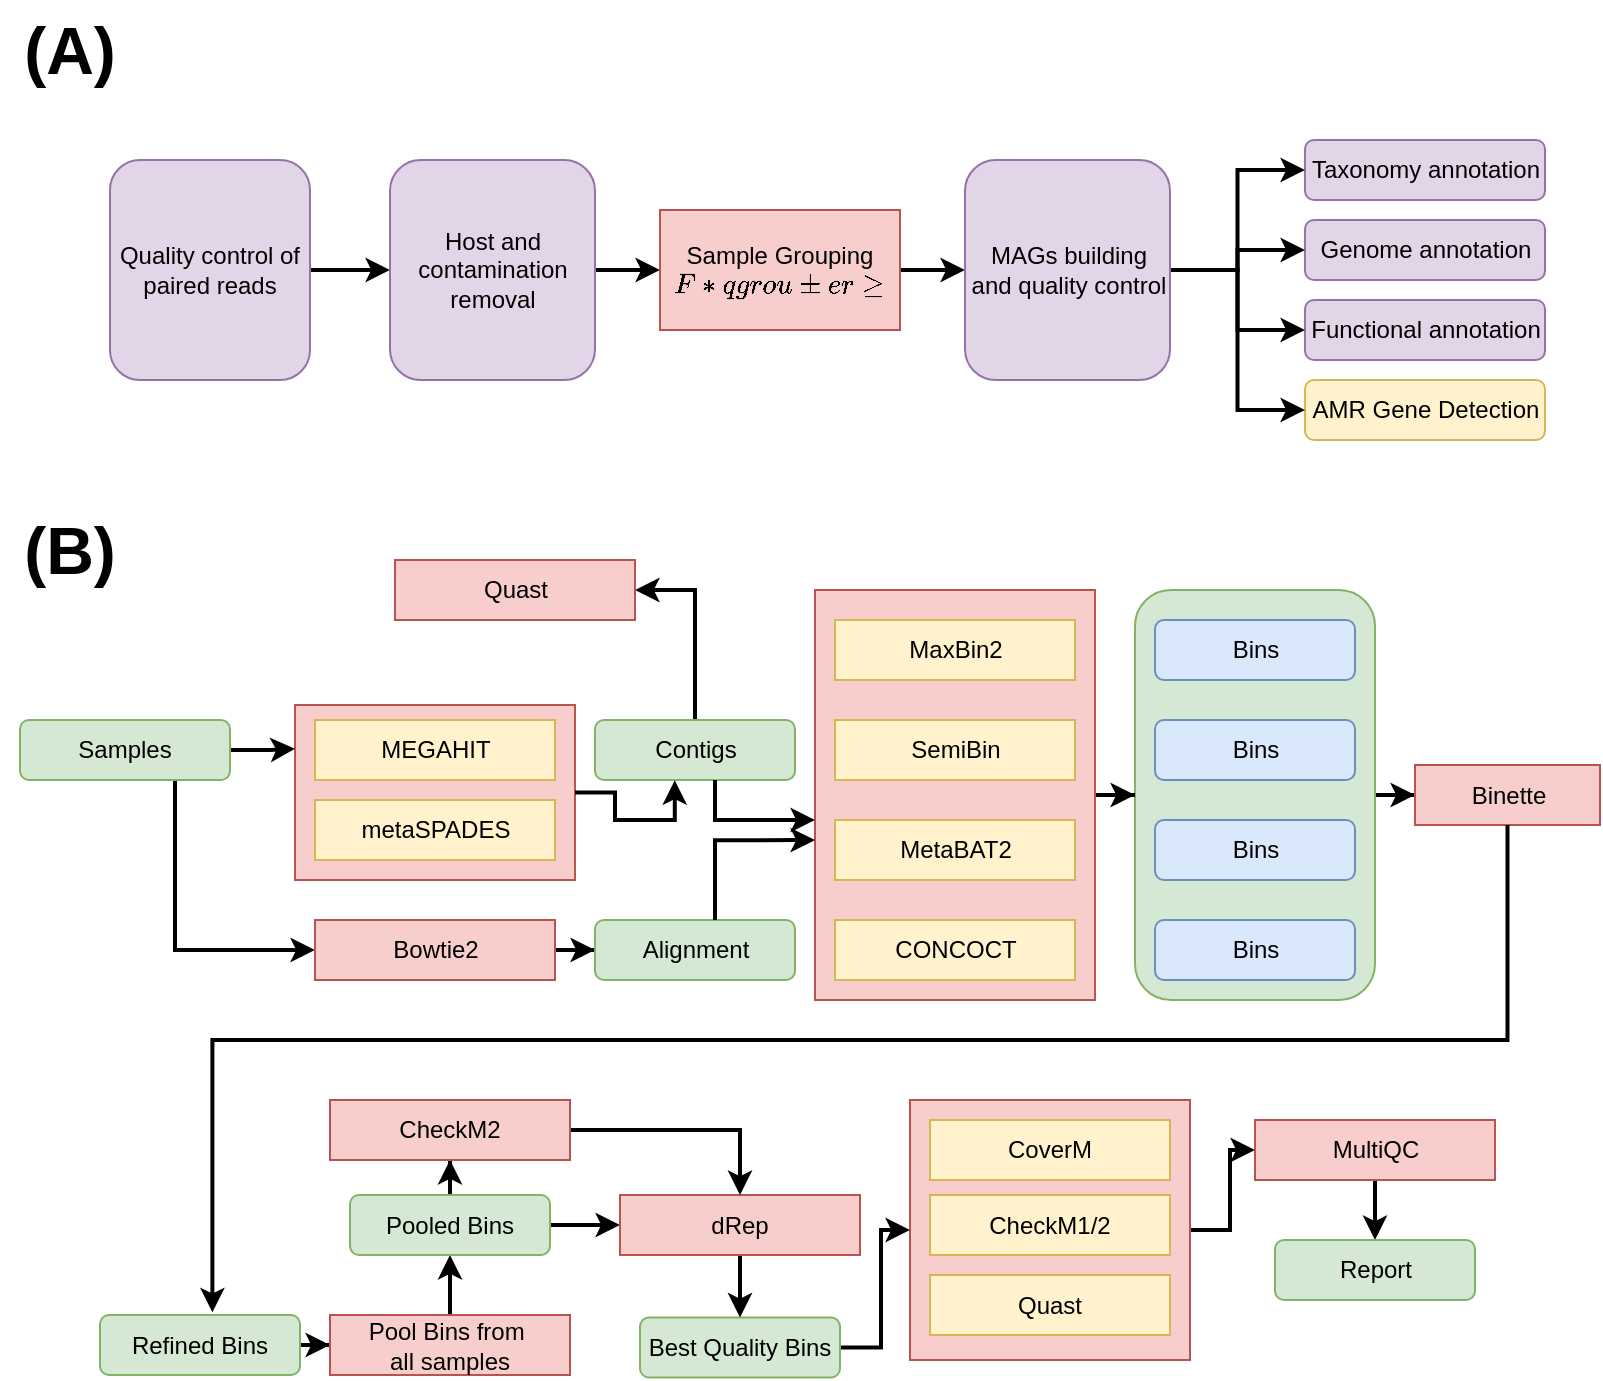
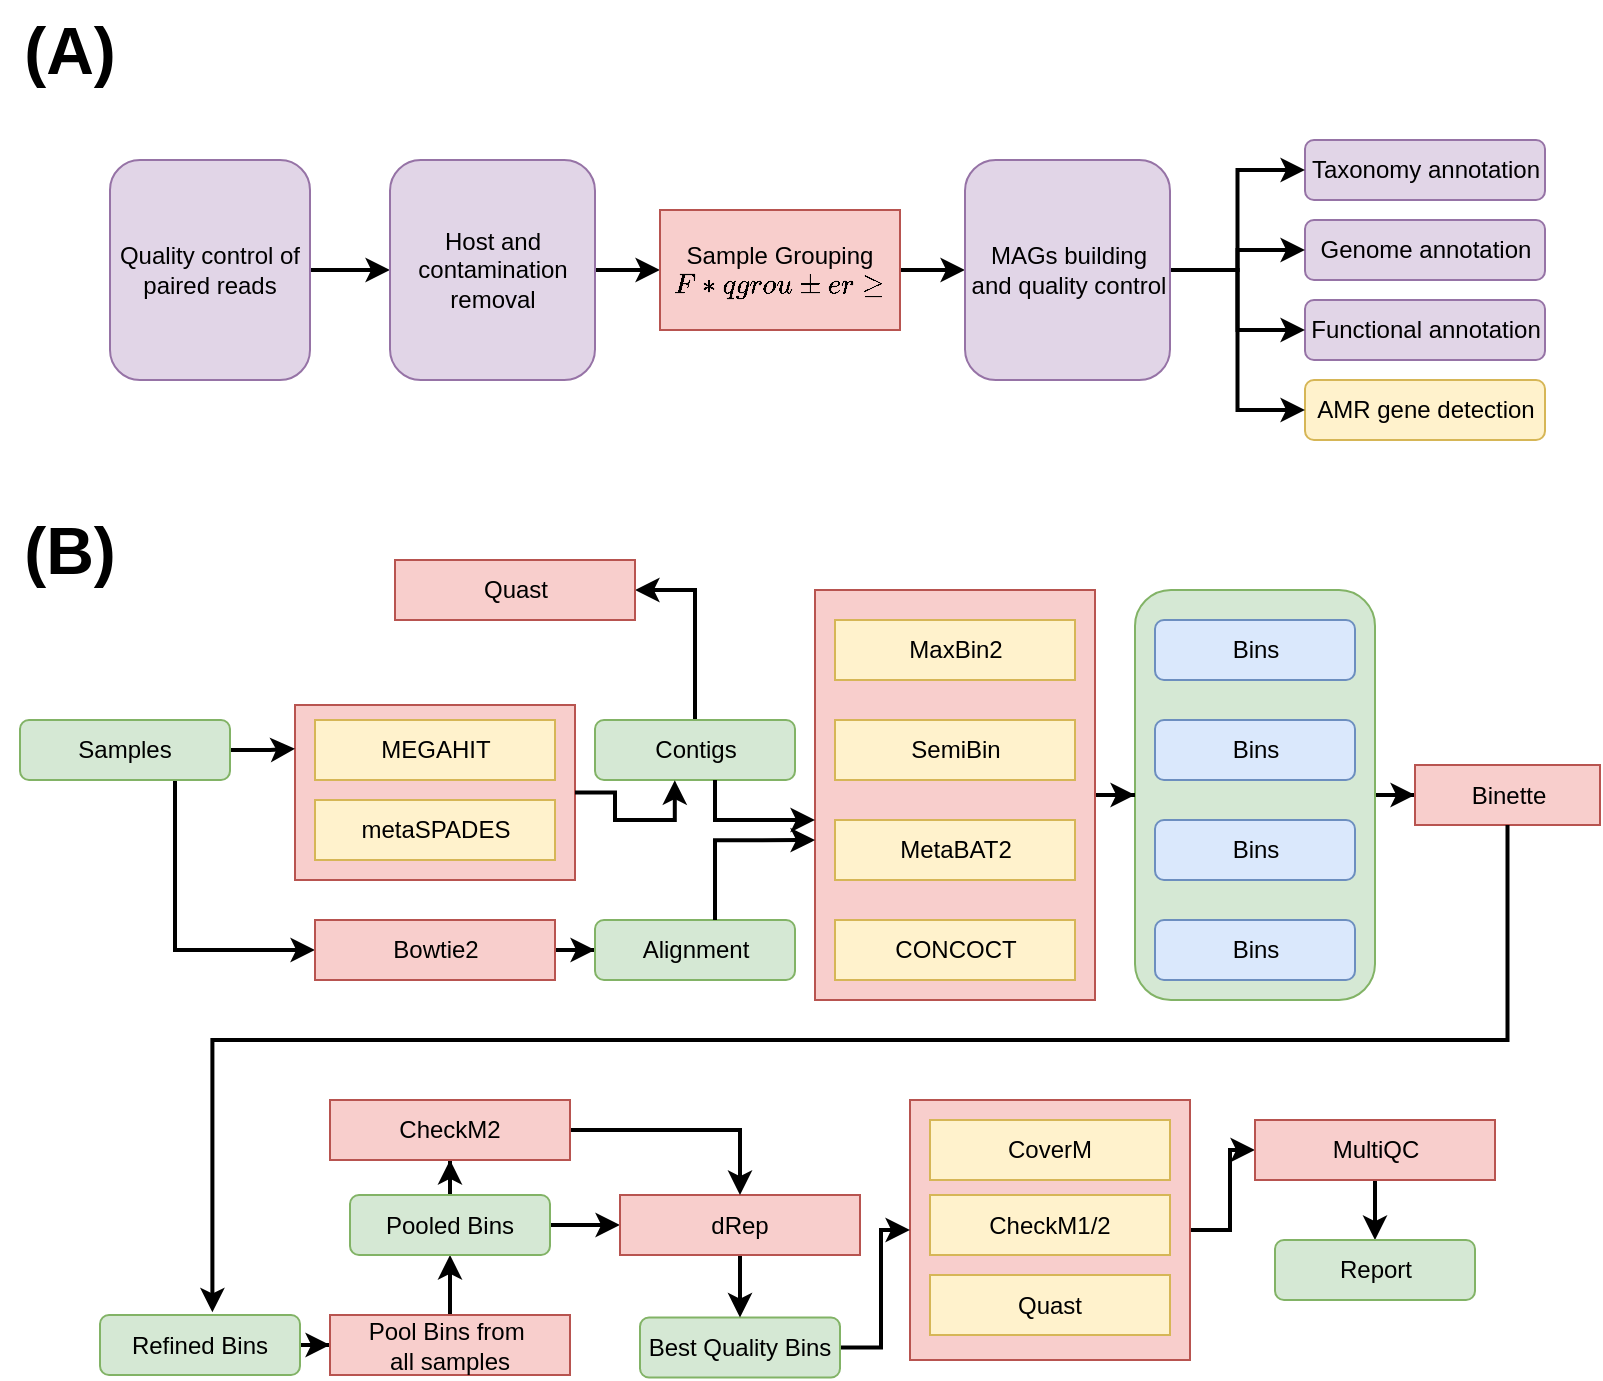
<mxfile host="app.diagrams.net" agent="Mozilla/5.0 (X11; Linux x86_64) AppleWebKit/537.36 (KHTML, like Gecko) Chrome/145.0.0.0 Safari/537.36" version="29.6.4">
  <diagram name="Page-1" id="OXx0mrphuP4tM-t9iBNC">
    <mxGraphModel dx="1133" dy="733" grid="1" gridSize="10" guides="1" tooltips="1" connect="1" arrows="1" fold="1" page="1" pageScale="1" pageWidth="827" pageHeight="1169" math="0" shadow="0">
      <root>
        <mxCell id="0" />
        <mxCell id="1" parent="0" />
        <mxCell id="AoyrjoGFgOjHUxMBYxMh-1" parent="1" style="rounded=0;whiteSpace=wrap;html=1;fillColor=#f8cecc;strokeColor=#b85450;" value="" vertex="1">
          <mxGeometry height="87.5" width="140" x="147.5" y="352.5" as="geometry" />
        </mxCell>
        <mxCell id="AoyrjoGFgOjHUxMBYxMh-2" edge="1" parent="1" source="AoyrjoGFgOjHUxMBYxMh-3" style="edgeStyle=orthogonalEdgeStyle;rounded=0;orthogonalLoop=1;jettySize=auto;html=1;strokeWidth=2;" target="AoyrjoGFgOjHUxMBYxMh-44">
          <mxGeometry relative="1" as="geometry" />
        </mxCell>
        <mxCell id="AoyrjoGFgOjHUxMBYxMh-3" parent="1" style="rounded=0;whiteSpace=wrap;html=1;fillColor=#f8cecc;strokeColor=#b85450;" value="" vertex="1">
          <mxGeometry height="130" width="140" x="455" y="550" as="geometry" />
        </mxCell>
        <mxCell id="AoyrjoGFgOjHUxMBYxMh-4" edge="1" parent="1" source="AoyrjoGFgOjHUxMBYxMh-5" style="edgeStyle=orthogonalEdgeStyle;rounded=0;orthogonalLoop=1;jettySize=auto;html=1;strokeWidth=2;" target="AoyrjoGFgOjHUxMBYxMh-27">
          <mxGeometry relative="1" as="geometry" />
        </mxCell>
        <mxCell id="AoyrjoGFgOjHUxMBYxMh-5" parent="1" style="rounded=1;whiteSpace=wrap;html=1;fillColor=#d5e8d4;strokeColor=#82b366;" value="" vertex="1">
          <mxGeometry height="205" width="120" x="567.5" y="295" as="geometry" />
        </mxCell>
        <mxCell id="AoyrjoGFgOjHUxMBYxMh-6" edge="1" parent="1" source="AoyrjoGFgOjHUxMBYxMh-7" style="edgeStyle=orthogonalEdgeStyle;rounded=0;orthogonalLoop=1;jettySize=auto;html=1;entryX=0;entryY=0.5;entryDx=0;entryDy=0;strokeWidth=2;" target="AoyrjoGFgOjHUxMBYxMh-5" value="">
          <mxGeometry relative="1" as="geometry" />
        </mxCell>
        <mxCell id="AoyrjoGFgOjHUxMBYxMh-7" parent="1" style="rounded=0;whiteSpace=wrap;html=1;fillColor=#f8cecc;strokeColor=#b85450;" value="" vertex="1">
          <mxGeometry height="205" width="140" x="407.5" y="295" as="geometry" />
        </mxCell>
        <mxCell id="AoyrjoGFgOjHUxMBYxMh-8" edge="1" parent="1" source="AoyrjoGFgOjHUxMBYxMh-10" style="edgeStyle=orthogonalEdgeStyle;rounded=0;orthogonalLoop=1;jettySize=auto;html=1;entryX=0;entryY=0.5;entryDx=0;entryDy=0;strokeWidth=2;" target="AoyrjoGFgOjHUxMBYxMh-16">
          <mxGeometry relative="1" as="geometry">
            <Array as="points">
              <mxPoint x="87.5" y="475" />
            </Array>
          </mxGeometry>
        </mxCell>
        <mxCell id="vkG2h01UbkOtzdg-TvTA-7" edge="1" parent="1" source="AoyrjoGFgOjHUxMBYxMh-10" style="edgeStyle=orthogonalEdgeStyle;rounded=0;orthogonalLoop=1;jettySize=auto;html=1;entryX=0;entryY=0.25;entryDx=0;entryDy=0;strokeWidth=2;" target="AoyrjoGFgOjHUxMBYxMh-1">
          <mxGeometry relative="1" as="geometry" />
        </mxCell>
        <mxCell id="AoyrjoGFgOjHUxMBYxMh-10" parent="1" style="rounded=1;whiteSpace=wrap;html=1;fillColor=#d5e8d4;strokeColor=#82b366;" value="Samples" vertex="1">
          <mxGeometry height="30" width="105" x="10" y="360" as="geometry" />
        </mxCell>
        <mxCell id="AoyrjoGFgOjHUxMBYxMh-11" edge="1" parent="1" source="AoyrjoGFgOjHUxMBYxMh-12" style="edgeStyle=orthogonalEdgeStyle;rounded=0;orthogonalLoop=1;jettySize=auto;html=1;entryX=1;entryY=0.5;entryDx=0;entryDy=0;strokeWidth=2;" target="AoyrjoGFgOjHUxMBYxMh-13">
          <mxGeometry relative="1" as="geometry" />
        </mxCell>
        <mxCell id="AoyrjoGFgOjHUxMBYxMh-12" parent="1" style="rounded=1;whiteSpace=wrap;html=1;fillColor=#d5e8d4;strokeColor=#82b366;" value="Contigs" vertex="1">
          <mxGeometry height="30" width="100" x="297.5" y="360" as="geometry" />
        </mxCell>
        <mxCell id="AoyrjoGFgOjHUxMBYxMh-13" parent="1" style="rounded=0;whiteSpace=wrap;html=1;fillColor=#f8cecc;strokeColor=#b85450;" value="Quast" vertex="1">
          <mxGeometry height="30" width="120" x="197.5" y="280" as="geometry" />
        </mxCell>
        <mxCell id="AoyrjoGFgOjHUxMBYxMh-14" parent="1" style="rounded=0;whiteSpace=wrap;html=1;fillColor=#fff2cc;strokeColor=#d6b656;" value="MEGAHIT" vertex="1">
          <mxGeometry height="30" width="120" x="157.5" y="360" as="geometry" />
        </mxCell>
        <mxCell id="AoyrjoGFgOjHUxMBYxMh-15" edge="1" parent="1" source="AoyrjoGFgOjHUxMBYxMh-16" style="edgeStyle=orthogonalEdgeStyle;rounded=0;orthogonalLoop=1;jettySize=auto;html=1;entryX=0;entryY=0.5;entryDx=0;entryDy=0;strokeWidth=2;" target="AoyrjoGFgOjHUxMBYxMh-22">
          <mxGeometry relative="1" as="geometry" />
        </mxCell>
        <mxCell id="AoyrjoGFgOjHUxMBYxMh-16" parent="1" style="rounded=0;whiteSpace=wrap;html=1;fillColor=#f8cecc;strokeColor=#b85450;" value="Bowtie2" vertex="1">
          <mxGeometry height="30" width="120" x="157.5" y="460" as="geometry" />
        </mxCell>
        <mxCell id="AoyrjoGFgOjHUxMBYxMh-17" parent="1" style="rounded=0;whiteSpace=wrap;html=1;fillColor=#fff2cc;strokeColor=#d6b656;" value="MaxBin2" vertex="1">
          <mxGeometry height="30" width="120" x="417.5" y="310" as="geometry" />
        </mxCell>
        <mxCell id="AoyrjoGFgOjHUxMBYxMh-18" parent="1" style="rounded=0;whiteSpace=wrap;html=1;fillColor=#fff2cc;strokeColor=#d6b656;" value="SemiBin" vertex="1">
          <mxGeometry height="30" width="120" x="417.5" y="360" as="geometry" />
        </mxCell>
        <mxCell id="AoyrjoGFgOjHUxMBYxMh-19" parent="1" style="rounded=0;whiteSpace=wrap;html=1;fillColor=#fff2cc;strokeColor=#d6b656;" value="MetaBAT2" vertex="1">
          <mxGeometry height="30" width="120" x="417.5" y="410" as="geometry" />
        </mxCell>
        <mxCell id="AoyrjoGFgOjHUxMBYxMh-20" parent="1" style="rounded=0;whiteSpace=wrap;html=1;fillColor=#fff2cc;strokeColor=#d6b656;" value="CONCOCT" vertex="1">
          <mxGeometry height="30" width="120" x="417.5" y="460" as="geometry" />
        </mxCell>
        <mxCell id="AoyrjoGFgOjHUxMBYxMh-21" parent="1" style="rounded=1;whiteSpace=wrap;html=1;fillColor=#dae8fc;strokeColor=#6c8ebf;" value="Bins" vertex="1">
          <mxGeometry height="30" width="100" x="577.5" y="360" as="geometry" />
        </mxCell>
        <mxCell id="AoyrjoGFgOjHUxMBYxMh-22" parent="1" style="rounded=1;whiteSpace=wrap;html=1;fillColor=#d5e8d4;strokeColor=#82b366;" value="Alignment" vertex="1">
          <mxGeometry height="30" width="100" x="297.5" y="460" as="geometry" />
        </mxCell>
        <mxCell id="AoyrjoGFgOjHUxMBYxMh-23" parent="1" style="rounded=1;whiteSpace=wrap;html=1;fillColor=#dae8fc;strokeColor=#6c8ebf;" value="Bins" vertex="1">
          <mxGeometry height="30" width="100" x="577.5" y="310" as="geometry" />
        </mxCell>
        <mxCell id="AoyrjoGFgOjHUxMBYxMh-24" parent="1" style="rounded=1;whiteSpace=wrap;html=1;fillColor=#dae8fc;strokeColor=#6c8ebf;" value="Bins" vertex="1">
          <mxGeometry height="30" width="100" x="577.5" y="410" as="geometry" />
        </mxCell>
        <mxCell id="AoyrjoGFgOjHUxMBYxMh-25" parent="1" style="rounded=1;whiteSpace=wrap;html=1;fillColor=#dae8fc;strokeColor=#6c8ebf;" value="Bins" vertex="1">
          <mxGeometry height="30" width="100" x="577.5" y="460" as="geometry" />
        </mxCell>
        <mxCell id="AoyrjoGFgOjHUxMBYxMh-27" parent="1" style="rounded=0;whiteSpace=wrap;html=1;fillColor=#f8cecc;strokeColor=#b85450;" value="Binette" vertex="1">
          <mxGeometry height="30" width="92.5" x="707.5" y="382.5" as="geometry" />
        </mxCell>
        <mxCell id="vkG2h01UbkOtzdg-TvTA-8" edge="1" parent="1" source="AoyrjoGFgOjHUxMBYxMh-29" style="edgeStyle=orthogonalEdgeStyle;rounded=0;orthogonalLoop=1;jettySize=auto;html=1;strokeWidth=2;" target="AoyrjoGFgOjHUxMBYxMh-31" value="">
          <mxGeometry relative="1" as="geometry" />
        </mxCell>
        <mxCell id="AoyrjoGFgOjHUxMBYxMh-29" parent="1" style="rounded=1;whiteSpace=wrap;html=1;fillColor=#d5e8d4;strokeColor=#82b366;" value="Refined Bins" vertex="1">
          <mxGeometry height="30" width="100" x="50" y="657.5" as="geometry" />
        </mxCell>
        <mxCell id="AoyrjoGFgOjHUxMBYxMh-30" edge="1" parent="1" source="AoyrjoGFgOjHUxMBYxMh-31" style="edgeStyle=orthogonalEdgeStyle;rounded=0;orthogonalLoop=1;jettySize=auto;html=1;entryX=0.5;entryY=1;entryDx=0;entryDy=0;strokeWidth=2;" target="AoyrjoGFgOjHUxMBYxMh-36">
          <mxGeometry relative="1" as="geometry" />
        </mxCell>
        <mxCell id="AoyrjoGFgOjHUxMBYxMh-31" parent="1" style="rounded=0;whiteSpace=wrap;html=1;fillColor=#f8cecc;strokeColor=#b85450;" value="Pool Bins from&amp;nbsp;&lt;div&gt;all samples&lt;/div&gt;" vertex="1">
          <mxGeometry height="30" width="120" x="165" y="657.5" as="geometry" />
        </mxCell>
        <mxCell id="AoyrjoGFgOjHUxMBYxMh-32" edge="1" parent="1" source="AoyrjoGFgOjHUxMBYxMh-33" style="edgeStyle=orthogonalEdgeStyle;rounded=0;orthogonalLoop=1;jettySize=auto;html=1;entryX=0;entryY=0.5;entryDx=0;entryDy=0;strokeWidth=2;" target="AoyrjoGFgOjHUxMBYxMh-3">
          <mxGeometry relative="1" as="geometry">
            <Array as="points">
              <mxPoint x="440.5" y="674" />
              <mxPoint x="440.5" y="615" />
            </Array>
          </mxGeometry>
        </mxCell>
        <mxCell id="AoyrjoGFgOjHUxMBYxMh-33" parent="1" style="rounded=1;whiteSpace=wrap;html=1;fillColor=#d5e8d4;strokeColor=#82b366;" value="Best Quality Bins" vertex="1">
          <mxGeometry height="30" width="100" x="320" y="658.75" as="geometry" />
        </mxCell>
        <mxCell id="AoyrjoGFgOjHUxMBYxMh-34" edge="1" parent="1" source="AoyrjoGFgOjHUxMBYxMh-36" style="edgeStyle=orthogonalEdgeStyle;rounded=0;orthogonalLoop=1;jettySize=auto;html=1;entryX=0;entryY=0.5;entryDx=0;entryDy=0;strokeWidth=2;" target="AoyrjoGFgOjHUxMBYxMh-38">
          <mxGeometry relative="1" as="geometry" />
        </mxCell>
        <mxCell id="AoyrjoGFgOjHUxMBYxMh-35" edge="1" parent="1" source="AoyrjoGFgOjHUxMBYxMh-36" style="edgeStyle=orthogonalEdgeStyle;rounded=0;orthogonalLoop=1;jettySize=auto;html=1;entryX=0.5;entryY=1;entryDx=0;entryDy=0;strokeWidth=2;" target="AoyrjoGFgOjHUxMBYxMh-49">
          <mxGeometry relative="1" as="geometry" />
        </mxCell>
        <mxCell id="AoyrjoGFgOjHUxMBYxMh-36" parent="1" style="rounded=1;whiteSpace=wrap;html=1;fillColor=#d5e8d4;strokeColor=#82b366;" value="Pooled Bins" vertex="1">
          <mxGeometry height="30" width="100" x="175" y="597.5" as="geometry" />
        </mxCell>
        <mxCell id="AoyrjoGFgOjHUxMBYxMh-37" edge="1" parent="1" source="AoyrjoGFgOjHUxMBYxMh-38" style="edgeStyle=orthogonalEdgeStyle;rounded=0;orthogonalLoop=1;jettySize=auto;html=1;entryX=0.5;entryY=0;entryDx=0;entryDy=0;strokeWidth=2;" target="AoyrjoGFgOjHUxMBYxMh-33">
          <mxGeometry relative="1" as="geometry" />
        </mxCell>
        <mxCell id="AoyrjoGFgOjHUxMBYxMh-38" parent="1" style="rounded=0;whiteSpace=wrap;html=1;fillColor=#f8cecc;strokeColor=#b85450;" value="dRep" vertex="1">
          <mxGeometry height="30" width="120" x="310" y="597.5" as="geometry" />
        </mxCell>
        <mxCell id="AoyrjoGFgOjHUxMBYxMh-39" parent="1" style="rounded=0;whiteSpace=wrap;html=1;fillColor=#fff2cc;strokeColor=#d6b656;" value="CoverM" vertex="1">
          <mxGeometry height="30" width="120" x="465" y="560" as="geometry" />
        </mxCell>
        <mxCell id="AoyrjoGFgOjHUxMBYxMh-40" parent="1" style="rounded=0;whiteSpace=wrap;html=1;fillColor=#fff2cc;strokeColor=#d6b656;" value="CheckM1/2" vertex="1">
          <mxGeometry height="30" width="120" x="465" y="597.5" as="geometry" />
        </mxCell>
        <mxCell id="AoyrjoGFgOjHUxMBYxMh-41" parent="1" style="rounded=0;whiteSpace=wrap;html=1;fillColor=#fff2cc;strokeColor=#d6b656;" value="Quast" vertex="1">
          <mxGeometry height="30" width="120" x="465" y="637.5" as="geometry" />
        </mxCell>
        <mxCell id="vkG2h01UbkOtzdg-TvTA-3" edge="1" parent="1" source="AoyrjoGFgOjHUxMBYxMh-44" style="edgeStyle=orthogonalEdgeStyle;rounded=0;orthogonalLoop=1;jettySize=auto;html=1;entryX=0.5;entryY=0;entryDx=0;entryDy=0;strokeWidth=2;" target="AoyrjoGFgOjHUxMBYxMh-45">
          <mxGeometry relative="1" as="geometry" />
        </mxCell>
        <mxCell id="AoyrjoGFgOjHUxMBYxMh-44" parent="1" style="rounded=0;whiteSpace=wrap;html=1;fillColor=#f8cecc;strokeColor=#b85450;" value="MultiQC" vertex="1">
          <mxGeometry height="30" width="120" x="627.5" y="560" as="geometry" />
        </mxCell>
        <mxCell id="AoyrjoGFgOjHUxMBYxMh-45" parent="1" style="rounded=1;whiteSpace=wrap;html=1;fillColor=#d5e8d4;strokeColor=#82b366;" value="Report" vertex="1">
          <mxGeometry height="30" width="100" x="637.5" y="620" as="geometry" />
        </mxCell>
        <mxCell id="AoyrjoGFgOjHUxMBYxMh-46" edge="1" parent="1" source="AoyrjoGFgOjHUxMBYxMh-22" style="edgeStyle=orthogonalEdgeStyle;rounded=0;orthogonalLoop=1;jettySize=auto;html=1;entryX=0;entryY=0.61;entryDx=0;entryDy=0;entryPerimeter=0;strokeWidth=2;" target="AoyrjoGFgOjHUxMBYxMh-7">
          <mxGeometry relative="1" as="geometry">
            <Array as="points">
              <mxPoint x="357.5" y="420" />
            </Array>
          </mxGeometry>
        </mxCell>
        <mxCell id="AoyrjoGFgOjHUxMBYxMh-47" edge="1" parent="1" source="AoyrjoGFgOjHUxMBYxMh-12" style="edgeStyle=orthogonalEdgeStyle;rounded=0;orthogonalLoop=1;jettySize=auto;html=1;entryX=0;entryY=0.561;entryDx=0;entryDy=0;entryPerimeter=0;strokeWidth=2;" target="AoyrjoGFgOjHUxMBYxMh-7">
          <mxGeometry relative="1" as="geometry">
            <Array as="points">
              <mxPoint x="357.5" y="410" />
            </Array>
          </mxGeometry>
        </mxCell>
        <mxCell id="AoyrjoGFgOjHUxMBYxMh-48" edge="1" parent="1" source="AoyrjoGFgOjHUxMBYxMh-49" style="edgeStyle=orthogonalEdgeStyle;rounded=0;orthogonalLoop=1;jettySize=auto;html=1;entryX=0.5;entryY=0;entryDx=0;entryDy=0;strokeWidth=2;" target="AoyrjoGFgOjHUxMBYxMh-38">
          <mxGeometry relative="1" as="geometry" />
        </mxCell>
        <mxCell id="AoyrjoGFgOjHUxMBYxMh-49" parent="1" style="rounded=0;whiteSpace=wrap;html=1;fillColor=#f8cecc;strokeColor=#b85450;" value="CheckM2" vertex="1">
          <mxGeometry height="30" width="120" x="165" y="550" as="geometry" />
        </mxCell>
        <mxCell id="AoyrjoGFgOjHUxMBYxMh-51" parent="1" style="rounded=0;whiteSpace=wrap;html=1;fillColor=#fff2cc;strokeColor=#d6b656;" value="metaSPADES" vertex="1">
          <mxGeometry height="30" width="120" x="157.5" y="400" as="geometry" />
        </mxCell>
        <mxCell id="AoyrjoGFgOjHUxMBYxMh-52" edge="1" parent="1" source="AoyrjoGFgOjHUxMBYxMh-1" style="edgeStyle=orthogonalEdgeStyle;rounded=0;orthogonalLoop=1;jettySize=auto;html=1;entryX=0.399;entryY=1.005;entryDx=0;entryDy=0;entryPerimeter=0;strokeWidth=2;" target="AoyrjoGFgOjHUxMBYxMh-12">
          <mxGeometry relative="1" as="geometry" />
        </mxCell>
        <mxCell id="vkG2h01UbkOtzdg-TvTA-10" edge="1" parent="1" source="AoyrjoGFgOjHUxMBYxMh-54" style="edgeStyle=orthogonalEdgeStyle;rounded=0;orthogonalLoop=1;jettySize=auto;html=1;entryX=0;entryY=0.5;entryDx=0;entryDy=0;strokeWidth=2;" target="AoyrjoGFgOjHUxMBYxMh-56">
          <mxGeometry relative="1" as="geometry" />
        </mxCell>
        <mxCell id="AoyrjoGFgOjHUxMBYxMh-54" parent="1" style="rounded=1;whiteSpace=wrap;html=1;fillColor=#e1d5e7;strokeColor=#9673a6;" value="Quality control of paired reads" vertex="1">
          <mxGeometry height="110" width="100" x="55" y="80" as="geometry" />
        </mxCell>
        <mxCell id="vkG2h01UbkOtzdg-TvTA-13" edge="1" parent="1" source="AoyrjoGFgOjHUxMBYxMh-56" style="edgeStyle=orthogonalEdgeStyle;rounded=0;orthogonalLoop=1;jettySize=auto;html=1;strokeWidth=2;" target="AoyrjoGFgOjHUxMBYxMh-59">
          <mxGeometry relative="1" as="geometry" />
        </mxCell>
        <mxCell id="AoyrjoGFgOjHUxMBYxMh-56" parent="1" style="rounded=1;whiteSpace=wrap;html=1;fillColor=#e1d5e7;strokeColor=#9673a6;" value="Host and contamination removal" vertex="1">
          <mxGeometry height="110" width="102.5" x="195" y="80" as="geometry" />
        </mxCell>
        <mxCell id="vkG2h01UbkOtzdg-TvTA-14" edge="1" parent="1" source="AoyrjoGFgOjHUxMBYxMh-59" style="edgeStyle=orthogonalEdgeStyle;rounded=0;orthogonalLoop=1;jettySize=auto;html=1;entryX=0;entryY=0.5;entryDx=0;entryDy=0;strokeWidth=2;" target="vkG2h01UbkOtzdg-TvTA-9">
          <mxGeometry relative="1" as="geometry" />
        </mxCell>
        <mxCell id="AoyrjoGFgOjHUxMBYxMh-59" parent="1" style="rounded=0;whiteSpace=wrap;html=1;fillColor=#f8cecc;strokeColor=#b85450;" value="Sample Grouping&lt;div&gt;&lt;div&gt;`Fastq groupmerge`&lt;/div&gt;&lt;/div&gt;" vertex="1">
          <mxGeometry height="60" width="120" x="330" y="105" as="geometry" />
        </mxCell>
        <mxCell id="AoyrjoGFgOjHUxMBYxMh-64" parent="1" style="rounded=1;whiteSpace=wrap;html=1;fillColor=#e1d5e7;strokeColor=#9673a6;" value="Taxonomy annotation" vertex="1">
          <mxGeometry height="30" width="120" x="652.5" y="70" as="geometry" />
        </mxCell>
        <mxCell id="AoyrjoGFgOjHUxMBYxMh-65" parent="1" style="rounded=1;whiteSpace=wrap;html=1;fillColor=#e1d5e7;strokeColor=#9673a6;" value="Genome annotation" vertex="1">
          <mxGeometry height="30" width="120" x="652.5" y="110" as="geometry" />
        </mxCell>
        <mxCell id="AoyrjoGFgOjHUxMBYxMh-66" parent="1" style="rounded=1;whiteSpace=wrap;html=1;fillColor=#e1d5e7;strokeColor=#9673a6;" value="Functional annotation" vertex="1">
          <mxGeometry height="30" width="120" x="652.5" y="150" as="geometry" />
        </mxCell>
-         <mxCell id="AoyrjoGFgOjHUxMBYxMh-67" parent="1" style="rounded=1;whiteSpace=wrap;html=1;fillColor=#fff2cc;strokeColor=#d6b656;" value="AMR Gene Detection" vertex="1">
+         <mxCell id="AoyrjoGFgOjHUxMBYxMh-67" parent="1" style="rounded=1;whiteSpace=wrap;html=1;fillColor=#fff2cc;strokeColor=#d6b656;" value="AMR gene detection" vertex="1">
          <mxGeometry height="30" width="120" x="652.5" y="190" as="geometry" />
        </mxCell>
        <mxCell id="vkG2h01UbkOtzdg-TvTA-6" edge="1" parent="1" source="AoyrjoGFgOjHUxMBYxMh-27" style="edgeStyle=orthogonalEdgeStyle;rounded=0;orthogonalLoop=1;jettySize=auto;html=1;entryX=0.562;entryY=-0.044;entryDx=0;entryDy=0;entryPerimeter=0;strokeWidth=2;" target="AoyrjoGFgOjHUxMBYxMh-29">
          <mxGeometry relative="1" as="geometry">
            <Array as="points">
              <mxPoint x="754" y="520" />
              <mxPoint x="106" y="520" />
            </Array>
          </mxGeometry>
        </mxCell>
        <mxCell id="vkG2h01UbkOtzdg-TvTA-15" edge="1" parent="1" source="vkG2h01UbkOtzdg-TvTA-9" style="edgeStyle=orthogonalEdgeStyle;rounded=0;orthogonalLoop=1;jettySize=auto;html=1;entryX=0;entryY=0.5;entryDx=0;entryDy=0;strokeWidth=2;" target="AoyrjoGFgOjHUxMBYxMh-64">
          <mxGeometry relative="1" as="geometry" />
        </mxCell>
        <mxCell id="vkG2h01UbkOtzdg-TvTA-16" edge="1" parent="1" source="vkG2h01UbkOtzdg-TvTA-9" style="edgeStyle=orthogonalEdgeStyle;rounded=0;orthogonalLoop=1;jettySize=auto;html=1;entryX=0;entryY=0.5;entryDx=0;entryDy=0;strokeWidth=2;" target="AoyrjoGFgOjHUxMBYxMh-65">
          <mxGeometry relative="1" as="geometry" />
        </mxCell>
        <mxCell id="vkG2h01UbkOtzdg-TvTA-17" edge="1" parent="1" source="vkG2h01UbkOtzdg-TvTA-9" style="edgeStyle=orthogonalEdgeStyle;rounded=0;orthogonalLoop=1;jettySize=auto;html=1;entryX=0;entryY=0.5;entryDx=0;entryDy=0;strokeWidth=2;" target="AoyrjoGFgOjHUxMBYxMh-66">
          <mxGeometry relative="1" as="geometry" />
        </mxCell>
        <mxCell id="vkG2h01UbkOtzdg-TvTA-18" edge="1" parent="1" source="vkG2h01UbkOtzdg-TvTA-9" style="edgeStyle=orthogonalEdgeStyle;rounded=0;orthogonalLoop=1;jettySize=auto;html=1;entryX=0;entryY=0.5;entryDx=0;entryDy=0;strokeWidth=2;" target="AoyrjoGFgOjHUxMBYxMh-67">
          <mxGeometry relative="1" as="geometry" />
        </mxCell>
        <mxCell id="vkG2h01UbkOtzdg-TvTA-9" parent="1" style="rounded=1;whiteSpace=wrap;html=1;fillColor=#e1d5e7;strokeColor=#9673a6;" value="MAGs building and quality control" vertex="1">
          <mxGeometry height="110" width="102.5" x="482.5" y="80" as="geometry" />
        </mxCell>
        <mxCell id="vkG2h01UbkOtzdg-TvTA-12" edge="1" parent="1" source="AoyrjoGFgOjHUxMBYxMh-59" style="edgeStyle=orthogonalEdgeStyle;rounded=0;orthogonalLoop=1;jettySize=auto;html=1;exitX=0.5;exitY=1;exitDx=0;exitDy=0;" target="AoyrjoGFgOjHUxMBYxMh-59">
          <mxGeometry relative="1" as="geometry" />
        </mxCell>
        <mxCell id="vkG2h01UbkOtzdg-TvTA-19" parent="1" style="text;html=1;whiteSpace=wrap;strokeColor=none;fillColor=none;align=center;verticalAlign=middle;rounded=0;autosize=1;resizable=0;" value="&lt;b&gt;&lt;font style=&quot;font-size: 33px;&quot;&gt;(A)&lt;/font&gt;&lt;/b&gt;" vertex="1">
          <mxGeometry height="50" width="70" as="geometry" />
        </mxCell>
        <mxCell id="vkG2h01UbkOtzdg-TvTA-20" parent="1" style="text;html=1;whiteSpace=wrap;strokeColor=none;fillColor=none;align=center;verticalAlign=middle;rounded=0;autosize=1;resizable=0;" value="&lt;b&gt;&lt;font style=&quot;font-size: 33px;&quot;&gt;(B)&lt;/font&gt;&lt;/b&gt;" vertex="1">
          <mxGeometry height="50" width="70" y="250" as="geometry" />
        </mxCell>
      </root>
    </mxGraphModel>
  </diagram>
</mxfile>
